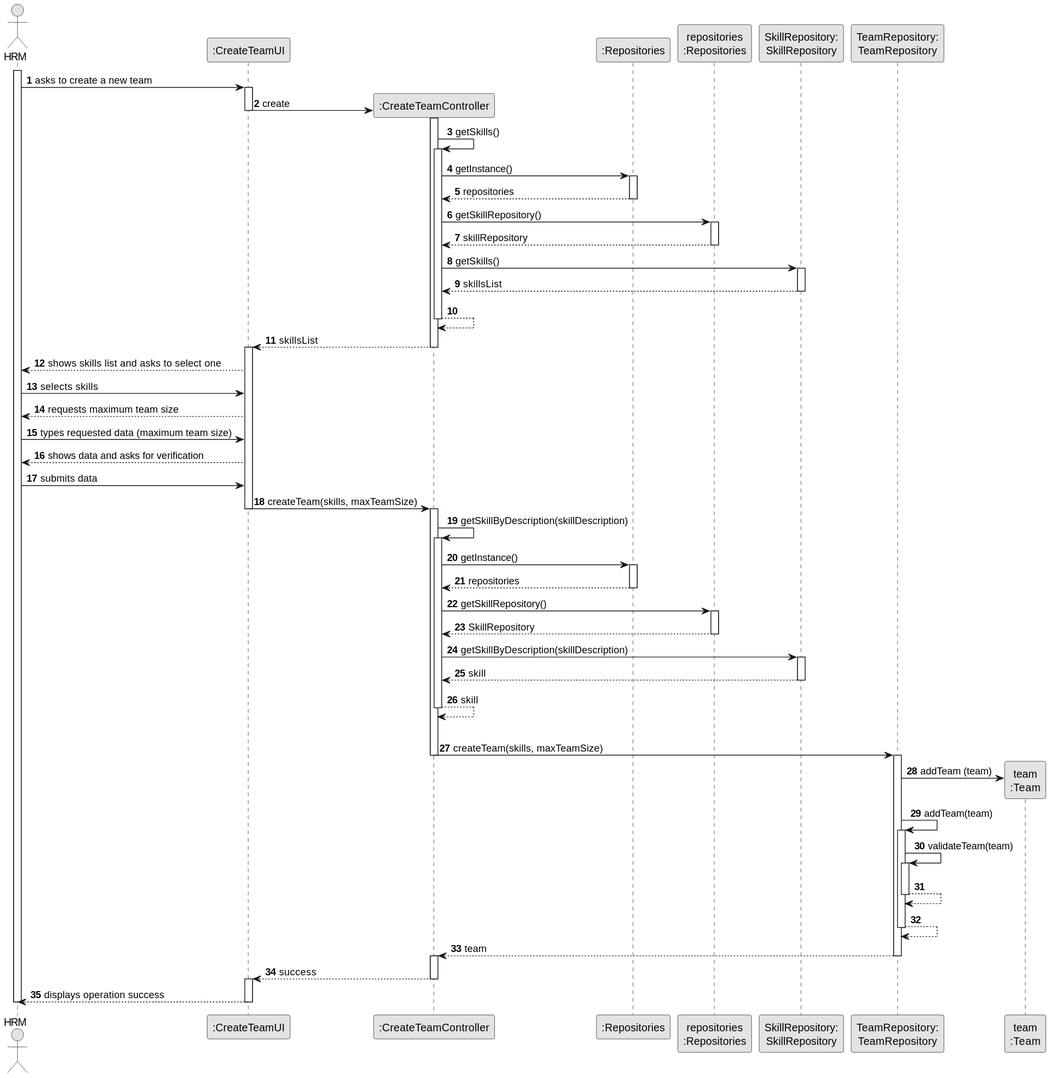
ricardomm7/leaflink keeps this PlantUML diagram as docs/sprintB/us005/03.design/svg/us005-sequence-diagram-full.svg. Above is the earlier version. Source of this version:
```plantuml
@startuml
skinparam monochrome true
skinparam packageStyle rectangle
skinparam shadowing false

autonumber

actor "HRM" as ADM
participant ":CreateTeamUI" as UI
participant ":CreateTeamController" as CTRL
participant ":Repositories" as RepositorySingleton
participant "repositories\n:Repositories" as PLAT
participant "SkillRepository:\nSkillRepository" as SkillRepository
participant "TeamRepository:\nTeamRepository" as TeamRepository
participant "team\n:Team" as Team

activate ADM

    ADM -> UI : asks to create a new team
    activate UI

                UI -> CTRL** : create
                deactivate UI
                activate CTRL

                    CTRL -> CTRL : getSkills()
                    activate CTRL

                    CTRL -> RepositorySingleton : getInstance()
                    activate RepositorySingleton

                        RepositorySingleton --> CTRL: repositories
                    deactivate RepositorySingleton

                    CTRL -> PLAT : getSkillRepository()
                    activate PLAT

                        PLAT --> CTRL: skillRepository
                    deactivate PLAT

                    CTRL -> SkillRepository : getSkills()
                    activate SkillRepository

                        SkillRepository --> CTRL : skillsList
                    deactivate SkillRepository

                    CTRL --> CTRL
                    deactivate CTRL

                    CTRL --> UI : skillsList
                                        deactivate CTRL

                    activate UI

                UI --> ADM : shows skills list and asks to select one

        ADM -> UI : selects skills

        UI --> ADM : requests maximum team size

    ADM -> UI : types requested data (maximum team size)

        UI --> ADM : shows data and asks for verification

    ADM -> UI : submits data

        UI -> CTRL : createTeam(skills, maxTeamSize)
        deactivate UI
        activate CTRL

            CTRL -> CTRL : getSkillByDescription(skillDescription)
            activate CTRL

                CTRL -> RepositorySingleton : getInstance()
                activate RepositorySingleton

                    RepositorySingleton --> CTRL: repositories
                deactivate RepositorySingleton

                CTRL -> PLAT : getSkillRepository()
                activate PLAT

                    PLAT --> CTRL : SkillRepository
                deactivate PLAT

                CTRL -> SkillRepository : getSkillByDescription(skillDescription)
                activate SkillRepository

                    SkillRepository --> CTRL : skill
                deactivate SkillRepository
                    CTRL --> CTRL : skill
            deactivate CTRL


            |||
                CTRL -> TeamRepository: createTeam(skills, maxTeamSize)
                deactivate CTRL
                activate TeamRepository

                TeamRepository -> Team**: addTeam (team)

                    TeamRepository -> TeamRepository: addTeam(team)
                    activate TeamRepository
                        TeamRepository -> TeamRepository: validateTeam(team)
                        activate TeamRepository
                            TeamRepository --> TeamRepository
                            deactivate TeamRepository

                    TeamRepository --> TeamRepository
                deactivate TeamRepository

            TeamRepository --> CTRL: team
            deactivate TeamRepository
            activate CTRL


            CTRL --> UI : success
            deactivate CTRL
            activate UI

            UI --> ADM: displays operation success
    deactivate UI

deactivate ADM
@enduml
```
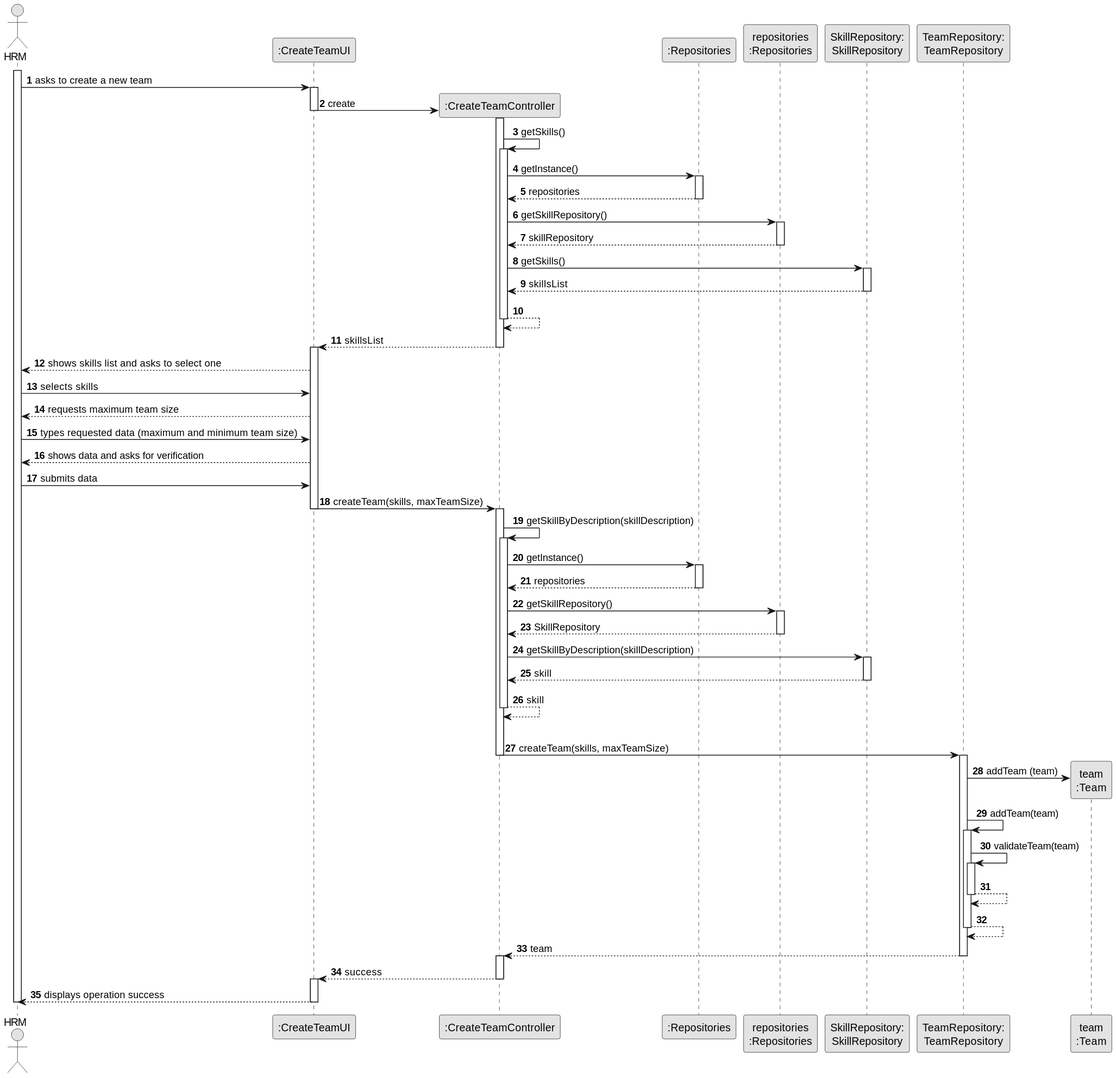
After the change.

What changed in the source:
```diff
@@ -58,7 +58,7 @@
 
         UI --> ADM : requests maximum team size
 
-    ADM -> UI : types requested data (maximum team size)
+    ADM -> UI : types requested data (maximum and minimum  team size)
 
         UI --> ADM : shows data and asks for verification
 
```
